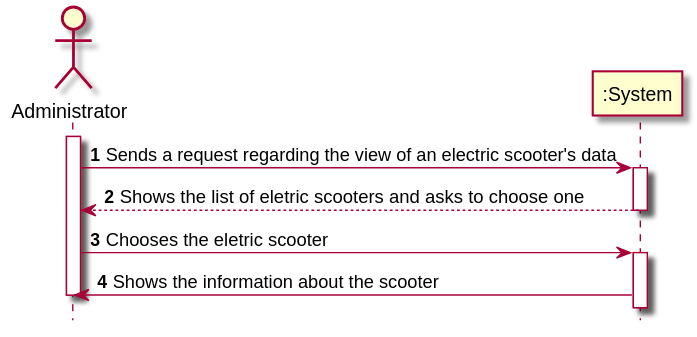
This is docs/Iteration 1/Scooter Management/US57_ScooterInformation/US57_SSD.svg from tiagoavcosta25/LAPR3, a PlantUML export, as it was before one commit.
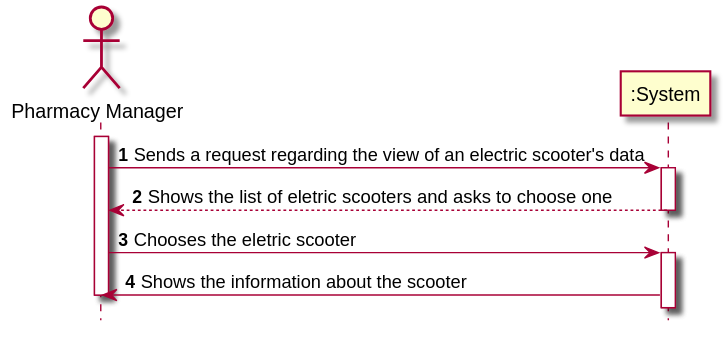
The same diagram one commit later.

Commit message:
LAPR2AP2 - 162 #fixing Scooter Information [Analysis] LAPR2AP2 - 163 #fixing Scooter Information [Design]

The edit, as a diff of the source:
```diff
@@ -2,20 +2,20 @@
 autonumber
 hide footbox
 
-actor "Administrator" as ADMIN
+actor "Pharmacy Manager" as PHARMAN
 
 participant ":System" as SYST
 
-activate ADMIN
+activate PHARMAN
 
-ADMIN -> SYST : Sends a request regarding the view of an electric scooter's data
+PHARMAN -> SYST : Sends a request regarding the view of an electric scooter's data
 activate SYST
-SYST --> ADMIN : Shows the list of eletric scooters and asks to choose one
+SYST --> PHARMAN : Shows the list of eletric scooters and asks to choose one
 deactivate SYST
-ADMIN -> SYST : Chooses the eletric scooter
+PHARMAN -> SYST : Chooses the eletric scooter
 activate SYST
-SYST -> ADMIN : Shows the information about the scooter
+SYST -> PHARMAN : Shows the information about the scooter
 
-deactivate ADMIN
+deactivate PHARMAN
 
 @enduml
```
